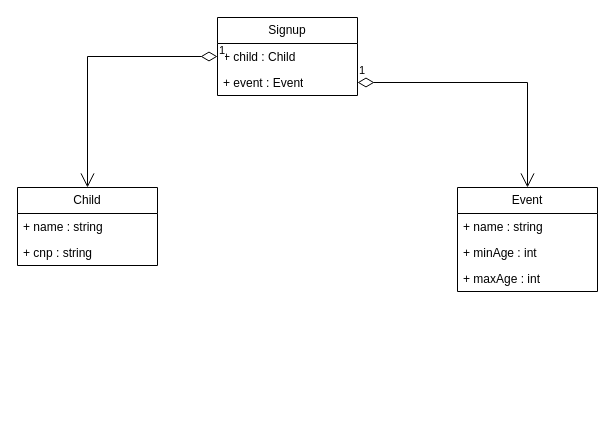
Above: page "domain" (2 of 2) of lab1/lab1diagram.drawio in mpp-at-cs-ubbcluj-ro/teme-lab-zdrobix (draw.io), before the change. Source tidied: cells renumbered, new cells numbered last; positions are measured from the earlier drawing's top-left corner, leaving out a move shared by most shapes. Both pictures are drawn from the tidied source at 100%, with x=0, y=0 at pixel (17, 17).
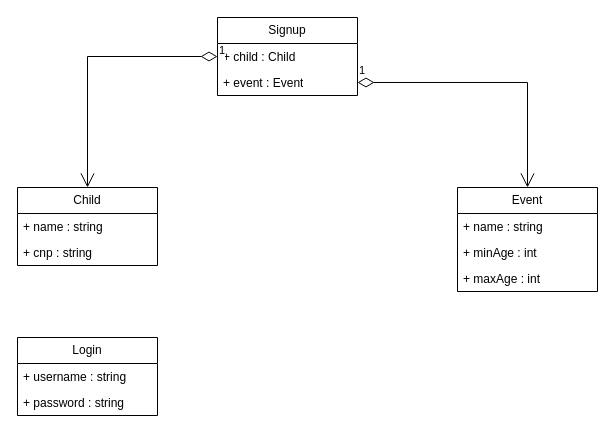
The same diagram, later.

What changed in the source:
```diff
@@
 <mxGraphModel>
   <root>
     <mxCell id="0" />
     <mxCell id="1" parent="0" />
     <mxCell id="2" value="Child" style="swimlane;fontStyle=0;horizontal=1;startSize=26;fillColor=none;whiteSpace=wrap;html=1;" parent="1" vertex="1">
       <mxGeometry y="170" width="140" height="78" as="geometry" />
     </mxCell>
     <mxCell id="3" value="+ name : string" style="text;strokeColor=none;fillColor=none;align=left;verticalAlign=top;spacingLeft=4;spacingRight=4;overflow=hidden;whiteSpace=wrap;html=1;" parent="2" vertex="1">
       <mxGeometry y="26" width="140" height="26" as="geometry" />
     </mxCell>
     <mxCell id="4" value="+ cnp : string" style="text;strokeColor=none;fillColor=none;align=left;verticalAlign=top;spacingLeft=4;spacingRight=4;overflow=hidden;whiteSpace=wrap;html=1;" parent="2" vertex="1">
       <mxGeometry y="52" width="140" height="26" as="geometry" />
     </mxCell>
     <mxCell id="5" value="Event" style="swimlane;fontStyle=0;horizontal=1;startSize=26;fillColor=none;whiteSpace=wrap;html=1;" parent="1" vertex="1">
       <mxGeometry x="440" y="170" width="140" height="104" as="geometry" />
     </mxCell>
     <mxCell id="6" value="+ name : string" style="text;strokeColor=none;fillColor=none;align=left;verticalAlign=top;spacingLeft=4;spacingRight=4;overflow=hidden;whiteSpace=wrap;html=1;" parent="5" vertex="1">
       <mxGeometry y="26" width="140" height="26" as="geometry" />
     </mxCell>
     <mxCell id="7" value="+ minAge : int" style="text;strokeColor=none;fillColor=none;align=left;verticalAlign=top;spacingLeft=4;spacingRight=4;overflow=hidden;whiteSpace=wrap;html=1;" parent="5" vertex="1">
       <mxGeometry y="52" width="140" height="26" as="geometry" />
     </mxCell>
     <mxCell id="8" value="+ maxAge : int" style="text;strokeColor=none;fillColor=none;align=left;verticalAlign=top;spacingLeft=4;spacingRight=4;overflow=hidden;whiteSpace=wrap;html=1;" parent="5" vertex="1">
       <mxGeometry y="78" width="140" height="26" as="geometry" />
     </mxCell>
     <mxCell id="9" value="Signup" style="swimlane;fontStyle=0;horizontal=1;startSize=26;fillColor=none;whiteSpace=wrap;html=1;" parent="1" vertex="1">
       <mxGeometry x="200" width="140" height="78" as="geometry" />
     </mxCell>
     <mxCell id="10" value="+ child : Child" style="text;strokeColor=none;fillColor=none;align=left;verticalAlign=top;spacingLeft=4;spacingRight=4;overflow=hidden;points=[[0,0.5],[1,0.5]];portConstraint=eastwest;whiteSpace=wrap;html=1;" parent="9" vertex="1">
       <mxGeometry y="26" width="140" height="26" as="geometry" />
     </mxCell>
     <mxCell id="11" value="+ event : Event" style="text;strokeColor=none;fillColor=none;align=left;verticalAlign=top;spacingLeft=4;spacingRight=4;overflow=hidden;points=[[0,0.5],[1,0.5]];portConstraint=eastwest;whiteSpace=wrap;html=1;" parent="9" vertex="1">
       <mxGeometry y="52" width="140" height="26" as="geometry" />
     </mxCell>
     <mxCell id="12" value="1" style="endArrow=open;html=1;endSize=12;startArrow=diamondThin;startSize=14;startFill=0;edgeStyle=orthogonalEdgeStyle;align=left;verticalAlign=bottom;rounded=0;exitX=1;exitY=0.5;exitDx=0;exitDy=0;entryX=0.5;entryY=0;entryDx=0;entryDy=0;" parent="1" edge="1" source="11" target="5">
       <mxGeometry x="-1" y="3" relative="1" as="geometry" />
     </mxCell>
     <mxCell id="13" value="1" style="endArrow=open;html=1;endSize=12;startArrow=diamondThin;startSize=14;startFill=0;edgeStyle=orthogonalEdgeStyle;align=left;verticalAlign=bottom;rounded=0;exitX=0;exitY=0.5;exitDx=0;exitDy=0;entryX=0.5;entryY=0;entryDx=0;entryDy=0;" parent="1" edge="1" source="10" target="2">
       <mxGeometry x="-1" y="3" relative="1" as="geometry" />
     </mxCell>
+    <mxCell id="14" value="Login" style="swimlane;fontStyle=0;horizontal=1;startSize=26;fillColor=none;whiteSpace=wrap;html=1;" parent="1" vertex="1">
+      <mxGeometry y="320" width="140" height="78" as="geometry" />
+    </mxCell>
+    <mxCell id="15" value="+ username : string" style="text;strokeColor=none;fillColor=none;align=left;verticalAlign=top;spacingLeft=4;spacingRight=4;overflow=hidden;whiteSpace=wrap;html=1;" parent="14" vertex="1">
+      <mxGeometry y="26" width="140" height="26" as="geometry" />
+    </mxCell>
+    <mxCell id="16" value="+ password : string" style="text;strokeColor=none;fillColor=none;align=left;verticalAlign=top;spacingLeft=4;spacingRight=4;overflow=hidden;whiteSpace=wrap;html=1;" parent="14" vertex="1">
+      <mxGeometry y="52" width="140" height="26" as="geometry" />
+    </mxCell>
   </root>
 </mxGraphModel>
```
